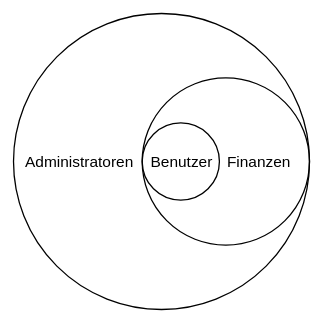
Above: attachments/Rollen.svg in Mint-System/Odoo-Wiki (draw.io), before the change. Source tidied: cells renumbered, new cells last; positions are measured from the earlier drawing's top-left corner, leaving out a move shared by most shapes.
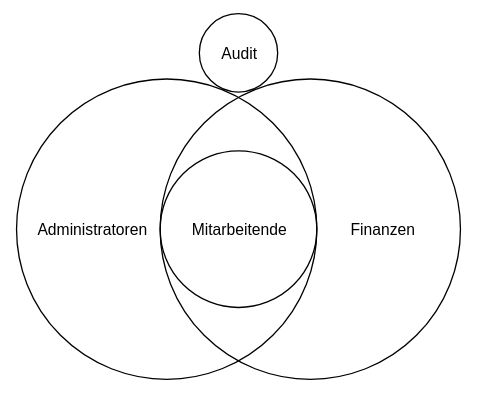
The same diagram one commit later.

Commit message:
vault backup: 2023-10-13 14:12:21

Diff of the diagram source:
```diff
@@ -3,19 +3,22 @@
     <mxCell id="0" />
     <mxCell id="1" parent="0" />
     <mxCell id="2" style="ellipse;whiteSpace=wrap;html=1;fillColor=none;" parent="1" vertex="1">
-      <mxGeometry width="230" height="230" as="geometry" />
+      <mxGeometry x="-70" y="-5" width="230" height="230" as="geometry" />
     </mxCell>
-    <mxCell id="3" style="ellipse;whiteSpace=wrap;html=1;fillColor=none;" parent="1" vertex="1">
-      <mxGeometry x="100" y="50" width="130" height="130" as="geometry" />
-    </mxCell>
-    <mxCell id="4" value="Benutzer" style="ellipse;whiteSpace=wrap;html=1;fillColor=none;" parent="1" vertex="1">
-      <mxGeometry x="100" y="85" width="60" height="60" as="geometry" />
+    <mxCell id="4" value="Mitarbeitende" style="ellipse;whiteSpace=wrap;html=1;fillColor=none;" parent="1" vertex="1">
+      <mxGeometry x="40" y="50" width="120" height="120" as="geometry" />
     </mxCell>
     <mxCell id="5" value="Finanzen" style="text;html=1;strokeColor=none;fillColor=none;align=center;verticalAlign=middle;whiteSpace=wrap;rounded=0;" parent="1" vertex="1">
-      <mxGeometry x="170" y="105" width="40" height="20" as="geometry" />
+      <mxGeometry x="190" y="100" width="40" height="20" as="geometry" />
     </mxCell>
     <mxCell id="6" value="Administratoren" style="text;html=1;strokeColor=none;fillColor=none;align=center;verticalAlign=middle;whiteSpace=wrap;rounded=0;" parent="1" vertex="1">
-      <mxGeometry x="13" y="105" width="75" height="20" as="geometry" />
+      <mxGeometry x="-50" y="100" width="75" height="20" as="geometry" />
     </mxCell>
+    <mxCell id="7" value="Audit" style="ellipse;whiteSpace=wrap;html=1;fillColor=none;" parent="1" vertex="1">
+      <mxGeometry x="70" y="-55" width="60" height="60" as="geometry" />
+    </mxCell>
+    <mxCell id="8" style="ellipse;whiteSpace=wrap;html=1;fillColor=none;" parent="1" vertex="1">
+      <mxGeometry x="40" y="-5" width="230" height="230" as="geometry" />
+    </mxCell>
   </root>
 </mxGraphModel>
```
